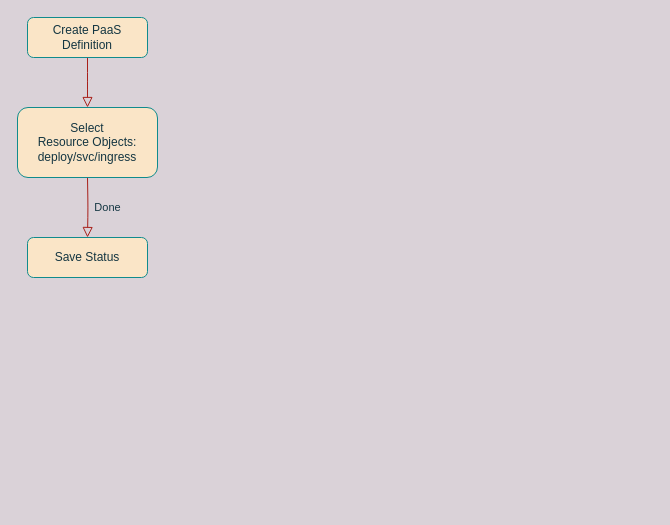
Above: create_paas_definition_flow.drawio in Owenxh/docs (draw.io), before the change. Source tidied: cells renumbered, new cells numbered last; positions are measured from the earlier drawing's top-left corner, leaving out a move shared by most shapes. Both pictures are drawn from the tidied source at 100%, with x=0, y=0 at pixel (17, 17).
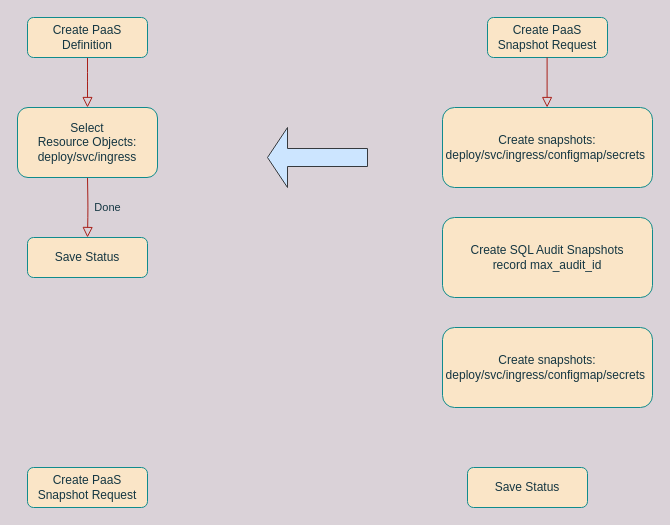
Above is the later version.

Change to the diagram source:
```diff
@@
 <mxGraphModel background="#DAD2D8">
   <root>
     <mxCell id="0" />
     <mxCell id="1" parent="0" />
     <mxCell id="2" style="rounded=1;html=1;jettySize=auto;fontSize=11;endArrow=block;endFill=0;endSize=8;strokeWidth=1;shadow=0;labelBackgroundColor=none;edgeStyle=orthogonalEdgeStyle;strokeColor=#A8201A;fontColor=#143642;" parent="1" edge="1" source="3">
       <mxGeometry relative="1" as="geometry">
         <mxPoint x="70" y="90" as="targetPoint" />
       </mxGeometry>
     </mxCell>
     <mxCell id="3" value="Create PaaS Definition" style="rounded=1;whiteSpace=wrap;html=1;fontSize=12;glass=0;strokeWidth=1;shadow=0;fillColor=#FAE5C7;strokeColor=#0F8B8D;fontColor=#143642;" parent="1" vertex="1">
       <mxGeometry x="10" width="120" height="40" as="geometry" />
     </mxCell>
     <mxCell id="4" value="Done" style="rounded=1;html=1;jettySize=auto;fontSize=11;endArrow=block;endFill=0;endSize=8;strokeWidth=1;shadow=0;labelBackgroundColor=none;edgeStyle=orthogonalEdgeStyle;strokeColor=#A8201A;fontColor=#143642;entryX=0.5;entryY=0;entryDx=0;entryDy=0;" parent="1" edge="1" target="5">
       <mxGeometry y="20" relative="1" as="geometry">
         <mxPoint x="70" y="160" as="sourcePoint" />
       </mxGeometry>
     </mxCell>
     <mxCell id="5" value="Save Status" style="rounded=1;whiteSpace=wrap;html=1;fontSize=12;glass=0;strokeWidth=1;shadow=0;fillColor=#FAE5C7;strokeColor=#0F8B8D;fontColor=#143642;" parent="1" vertex="1">
       <mxGeometry x="10" y="220" width="120" height="40" as="geometry" />
     </mxCell>
     <mxCell id="6" value="Select &lt;br&gt;Resource Objects:&lt;br&gt;deploy/svc/ingress" style="rounded=1;whiteSpace=wrap;html=1;fontSize=12;glass=0;strokeWidth=1;shadow=0;fillColor=#FAE5C7;strokeColor=#0F8B8D;fontColor=#143642;" parent="1" vertex="1">
       <mxGeometry y="90" width="140" height="70" as="geometry" />
     </mxCell>
+    <mxCell id="7" value="Create PaaS Snapshot Request" style="rounded=1;whiteSpace=wrap;html=1;fontSize=12;glass=0;strokeWidth=1;shadow=0;fillColor=#FAE5C7;strokeColor=#0F8B8D;fontColor=#143642;" parent="1" vertex="1">
+      <mxGeometry x="470" width="120" height="40" as="geometry" />
+    </mxCell>
+    <mxCell id="8" style="rounded=1;html=1;jettySize=auto;orthogonalLoop=1;fontSize=11;endArrow=block;endFill=0;endSize=8;strokeWidth=1;shadow=0;labelBackgroundColor=none;edgeStyle=orthogonalEdgeStyle;strokeColor=#A8201A;fontColor=#143642;" parent="1" edge="1">
+      <mxGeometry relative="1" as="geometry">
+        <mxPoint x="529.6" y="40" as="sourcePoint" />
+        <mxPoint x="529.6" y="90" as="targetPoint" />
+      </mxGeometry>
+    </mxCell>
+    <mxCell id="9" value="Create snapshots:&lt;br&gt;deploy/svc/ingress/configmap/secrets&amp;nbsp;" style="rounded=1;whiteSpace=wrap;html=1;fontSize=12;glass=0;strokeWidth=1;shadow=0;fillColor=#FAE5C7;strokeColor=#0F8B8D;fontColor=#143642;" parent="1" vertex="1">
+      <mxGeometry x="425" y="90" width="210" height="80" as="geometry" />
+    </mxCell>
+    <mxCell id="10" value="Save Status" style="rounded=1;whiteSpace=wrap;html=1;fontSize=12;glass=0;strokeWidth=1;shadow=0;fillColor=#FAE5C7;strokeColor=#0F8B8D;fontColor=#143642;" parent="1" vertex="1">
+      <mxGeometry x="450" y="450" width="120" height="40" as="geometry" />
+    </mxCell>
+    <mxCell id="11" style="shape=singleArrow;direction=west;whiteSpace=wrap;html=1;rounded=0;sketch=0;strokeColor=#36393d;fillColor=#cce5ff;" parent="1" vertex="1">
+      <mxGeometry x="250" y="110" width="100" height="60" as="geometry" />
+    </mxCell>
+    <mxCell id="12" value="Create PaaS Snapshot Request" style="rounded=1;whiteSpace=wrap;html=1;fontSize=12;glass=0;strokeWidth=1;shadow=0;fillColor=#FAE5C7;strokeColor=#0F8B8D;fontColor=#143642;" parent="1" vertex="1">
+      <mxGeometry x="10" y="450" width="120" height="40" as="geometry" />
+    </mxCell>
+    <mxCell id="13" value="Create SQL Audit Snapshots&lt;br&gt;record max_audit_id" style="rounded=1;whiteSpace=wrap;html=1;fontSize=12;glass=0;strokeWidth=1;shadow=0;fillColor=#FAE5C7;strokeColor=#0F8B8D;fontColor=#143642;" parent="1" vertex="1">
+      <mxGeometry x="425" y="200" width="210" height="80" as="geometry" />
+    </mxCell>
+    <mxCell id="14" value="Create snapshots:&lt;br&gt;deploy/svc/ingress/configmap/secrets&amp;nbsp;" style="rounded=1;whiteSpace=wrap;html=1;fontSize=12;glass=0;strokeWidth=1;shadow=0;fillColor=#FAE5C7;strokeColor=#0F8B8D;fontColor=#143642;" parent="1" vertex="1">
+      <mxGeometry x="425" y="310" width="210" height="80" as="geometry" />
+    </mxCell>
   </root>
 </mxGraphModel>
```
